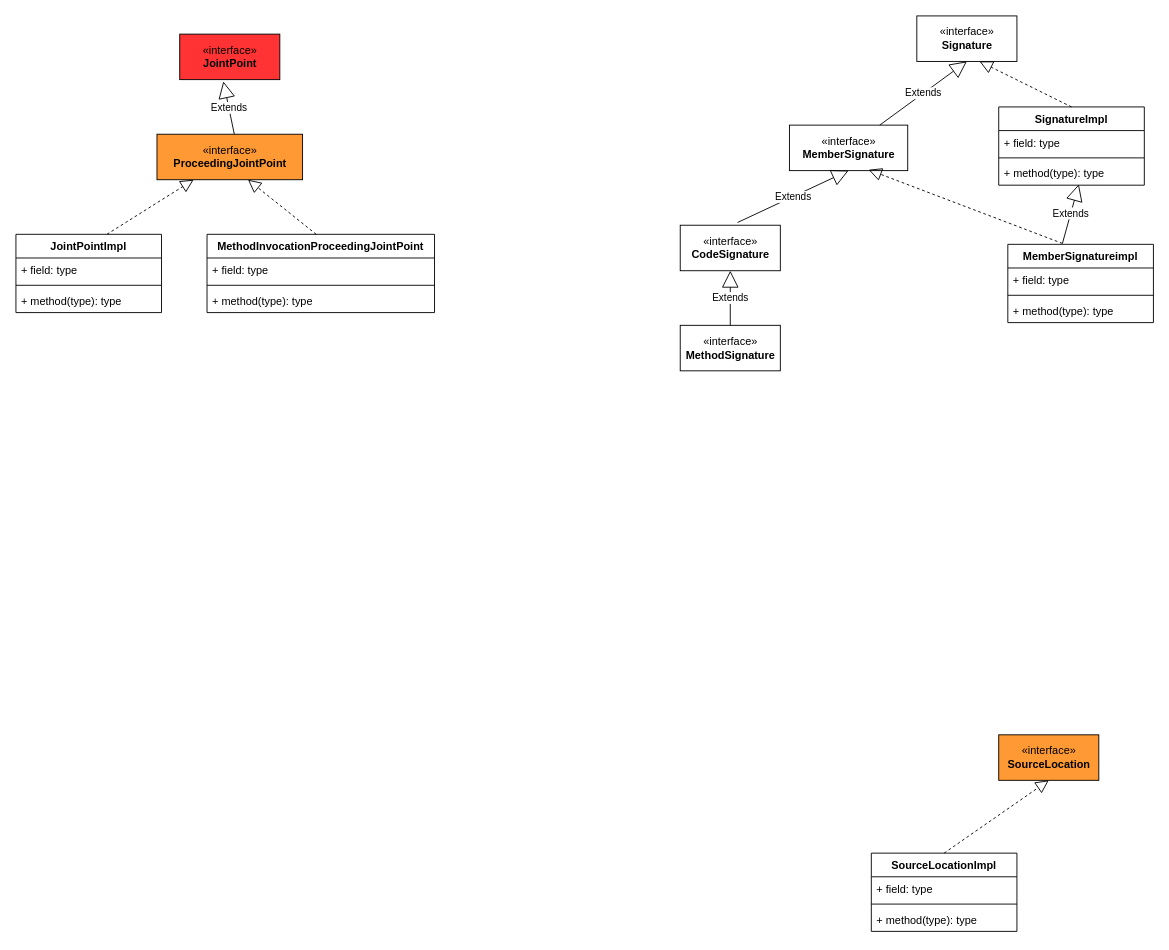
tadsimons/draw keeps this draw.io diagram as aspectjweaver.drawio. Above is the earlier version. Source tidied: cells renumbered, new cells numbered last; positions are measured from the earlier drawing's top-left corner, leaving out a move shared by most shapes. Both pictures are drawn from the tidied source at 91%, with x=0, y=0 at pixel (15, 15).
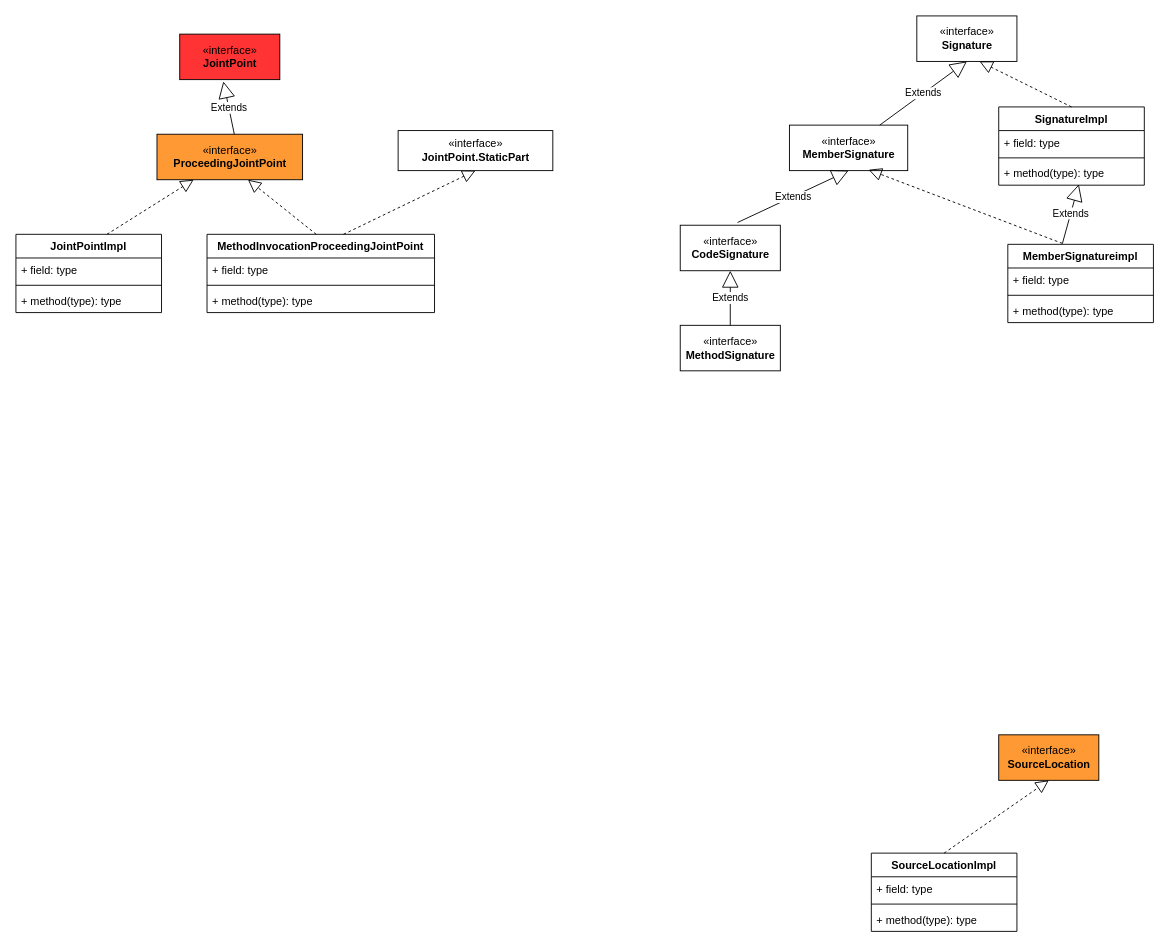
After the change.

The change refers to these unchanged cells:
```xml
<mxCell id="17" value="MethodInvocationProceedingJointPoint" style="swimlane;fontStyle=1;align=center;verticalAlign=top;horizontal=1;startSize=26;" parent="1" vertex="1">
  <mxGeometry x="210" y="240" width="250" height="86" as="geometry" />
</mxCell>
```

Diff of the diagram source:
```diff
@@
+    <mxCell id="39" style="endArrow=block;dashed=1;endFill=0;endSize=12;html=1;entryX=0.5;entryY=1;entryDx=0;entryDy=0;" parent="17" edge="1" target="40">
+      <mxGeometry relative="1" as="geometry">
+        <mxPoint x="150" as="sourcePoint" />
+      </mxGeometry>
+    </mxCell>
@@
+    <mxCell id="40" value="«interface»&lt;br&gt;&lt;b&gt;JointPoint.StaticPart&lt;/b&gt;" style="html=1;fillColor=#FFFFFF;" parent="1" vertex="1">
+      <mxGeometry x="420" y="126" width="170" height="44" as="geometry" />
+    </mxCell>
```
